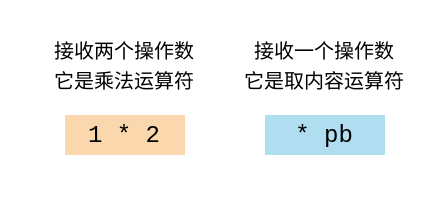
cppHusky/cppHusky-cpp-Tutorial keeps this draw.io diagram as images/generalized_parts/drawio/05_operator_dereference_or_multiplication.drawio. Above is the earlier version. Source tidied: cells renumbered, new cells numbered last; positions are measured from the earlier drawing's top-left corner, leaving out a move shared by most shapes. Both pictures are drawn from the tidied source at 200%, with x=0, y=0 at pixel (34, 34).
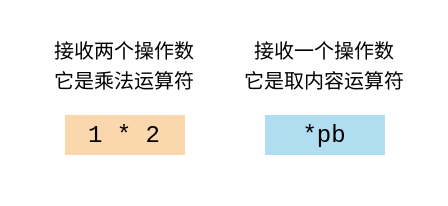
The same diagram, later.

The edit, as a diff of the source:
```diff
@@
 <mxGraphModel>
   <root>
     <mxCell id="0" />
     <mxCell id="1" parent="0" />
     <mxCell id="2" value="&lt;p style=&quot;line-height: 100%;&quot;&gt;&lt;font face=&quot;Consolas&quot;&gt;1 * 2&lt;/font&gt;&lt;/p&gt;" style="rounded=0;whiteSpace=wrap;html=1;strokeColor=none;fillColor=#fad7ac;align=center;" parent="1" vertex="1">
       <mxGeometry x="15" y="40" width="60" height="20" as="geometry" />
     </mxCell>
-    <mxCell id="3" value="&lt;p style=&quot;line-height: 100%;&quot;&gt;&lt;font face=&quot;Consolas&quot;&gt;* pb&lt;/font&gt;&lt;/p&gt;" style="rounded=0;whiteSpace=wrap;html=1;strokeColor=none;fillColor=#b1ddf0;align=center;" parent="1" vertex="1">
+    <mxCell id="3" value="&lt;p style=&quot;line-height: 100%;&quot;&gt;&lt;font face=&quot;Consolas&quot;&gt;*pb&lt;/font&gt;&lt;/p&gt;" style="rounded=0;whiteSpace=wrap;html=1;strokeColor=none;fillColor=#b1ddf0;align=center;" parent="1" vertex="1">
       <mxGeometry x="115" y="40" width="60" height="20" as="geometry" />
     </mxCell>
     <mxCell id="4" value="&lt;font style=&quot;font-size: 10px;&quot;&gt;接收两个操作数&lt;br&gt;它是乘法运算符&lt;/font&gt;" style="text;html=1;strokeColor=none;fillColor=none;align=center;verticalAlign=middle;whiteSpace=wrap;rounded=0;" parent="1" vertex="1">
       <mxGeometry width="90" height="30" as="geometry" />
     </mxCell>
     <mxCell id="5" value="&lt;font style=&quot;font-size: 10px;&quot;&gt;接收一个操作数&lt;br&gt;它是取内容运算符&lt;/font&gt;" style="text;html=1;strokeColor=none;fillColor=none;align=center;verticalAlign=middle;whiteSpace=wrap;rounded=0;" parent="1" vertex="1">
       <mxGeometry x="100" width="90" height="30" as="geometry" />
     </mxCell>
   </root>
 </mxGraphModel>
```
